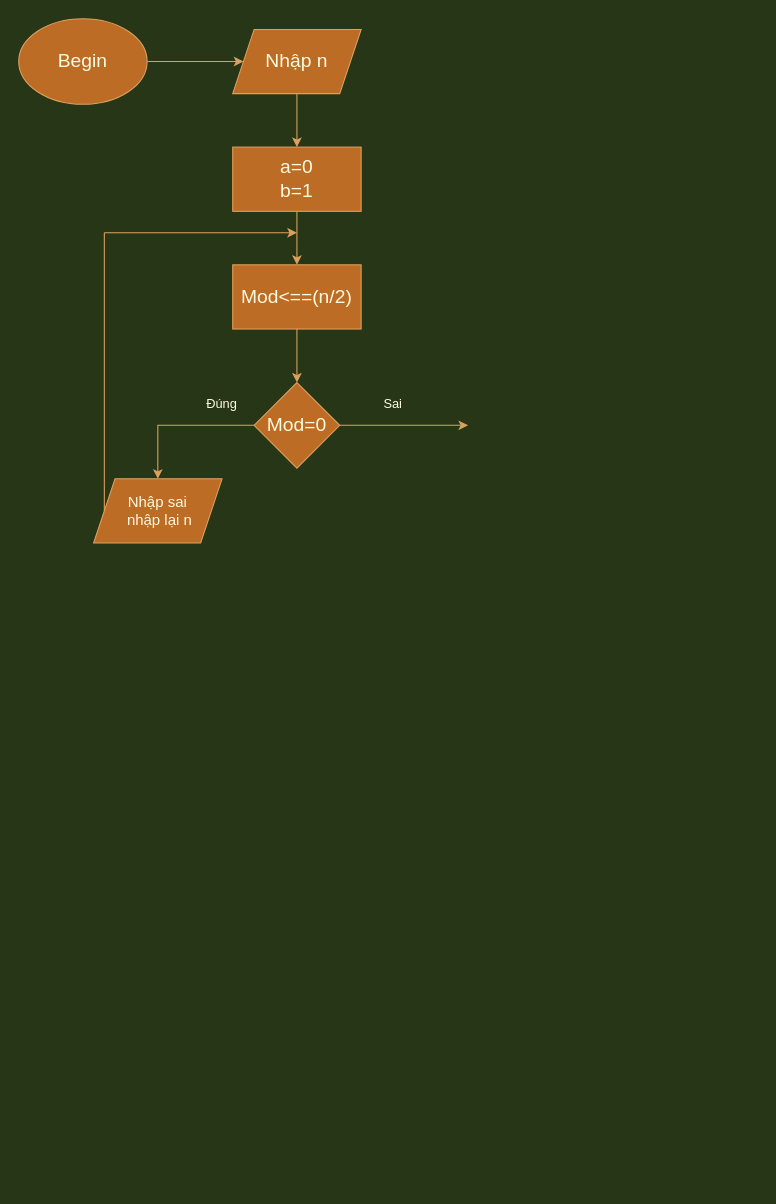
Earlier version of the draw.io diagram Cộng và nhân các số lẻ.drawio (thongleqwer/flowchart). Source tidied: cells renumbered, new cells numbered last; positions are measured from the earlier drawing's top-left corner, leaving out a move shared by most shapes. Both pictures are drawn from the tidied source at 107%, with x=0, y=0 at pixel (18, 18).
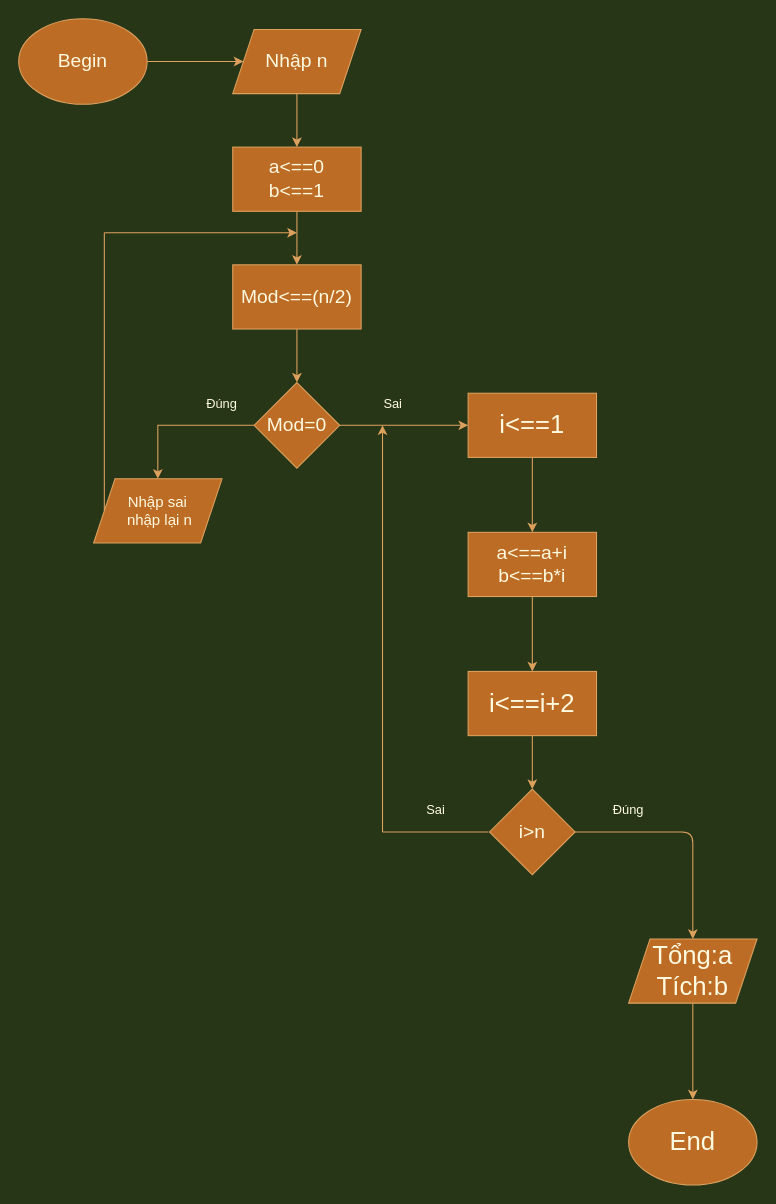
After the change.

What changed in the source:
```diff
@@
-    <mxCell id="10" value="&lt;font style=&quot;font-size: 18px&quot;&gt;a=0&lt;br&gt;b=1&lt;/font&gt;" style="rounded=0;whiteSpace=wrap;html=1;fillColor=#BC6C25;strokeColor=#DDA15E;fontColor=#FEFAE0;" parent="1" vertex="1">
+    <mxCell id="10" value="&lt;font style=&quot;font-size: 18px&quot;&gt;a&amp;lt;==0&lt;br&gt;b&amp;lt;==1&lt;/font&gt;" style="rounded=0;whiteSpace=wrap;html=1;fillColor=#BC6C25;strokeColor=#DDA15E;fontColor=#FEFAE0;" parent="1" vertex="1">
       <mxGeometry x="200" y="120" width="120" height="60" as="geometry" />
     </mxCell>
@@
+    <mxCell id="18" style="edgeStyle=orthogonalEdgeStyle;curved=0;rounded=1;sketch=0;jettySize=auto;html=1;exitX=0.5;exitY=1;exitDx=0;exitDy=0;entryX=0.5;entryY=0;entryDx=0;entryDy=0;strokeColor=#DDA15E;fillColor=#BC6C25;fontColor=#FEFAE0;" parent="1" edge="1" source="19" target="21">
+      <mxGeometry relative="1" as="geometry" />
+    </mxCell>
+    <mxCell id="19" value="&lt;font style=&quot;font-size: 24px&quot;&gt;i&amp;lt;==1&lt;/font&gt;" style="rounded=0;whiteSpace=wrap;html=1;sketch=0;strokeColor=#DDA15E;fillColor=#BC6C25;fontColor=#FEFAE0;" parent="1" vertex="1">
+      <mxGeometry x="420" y="350" width="120" height="60" as="geometry" />
+    </mxCell>
+    <mxCell id="20" style="edgeStyle=orthogonalEdgeStyle;curved=0;rounded=1;sketch=0;jettySize=auto;html=1;exitX=0.5;exitY=1;exitDx=0;exitDy=0;entryX=0.5;entryY=0;entryDx=0;entryDy=0;strokeColor=#DDA15E;fillColor=#BC6C25;fontColor=#FEFAE0;" parent="1" edge="1" source="21" target="23">
+      <mxGeometry relative="1" as="geometry" />
+    </mxCell>
+    <mxCell id="21" value="&lt;font style=&quot;font-size: 18px&quot;&gt;a&amp;lt;==a+i&lt;br&gt;b&amp;lt;==b*i&lt;/font&gt;" style="rounded=0;whiteSpace=wrap;html=1;sketch=0;strokeColor=#DDA15E;fillColor=#BC6C25;fontColor=#FEFAE0;" parent="1" vertex="1">
+      <mxGeometry x="420" y="480" width="120" height="60" as="geometry" />
+    </mxCell>
+    <mxCell id="22" style="edgeStyle=orthogonalEdgeStyle;curved=0;rounded=1;sketch=0;jettySize=auto;html=1;exitX=0.5;exitY=1;exitDx=0;exitDy=0;entryX=0.5;entryY=0;entryDx=0;entryDy=0;strokeColor=#DDA15E;fillColor=#BC6C25;fontColor=#FEFAE0;" parent="1" edge="1" source="23" target="25">
+      <mxGeometry relative="1" as="geometry" />
+    </mxCell>
+    <mxCell id="23" value="&lt;font style=&quot;font-size: 24px&quot;&gt;i&amp;lt;==i+2&lt;/font&gt;" style="rounded=0;whiteSpace=wrap;html=1;sketch=0;strokeColor=#DDA15E;fillColor=#BC6C25;fontColor=#FEFAE0;" parent="1" vertex="1">
+      <mxGeometry x="420" y="610" width="120" height="60" as="geometry" />
+    </mxCell>
+    <mxCell id="24" style="edgeStyle=orthogonalEdgeStyle;curved=0;rounded=1;sketch=0;jettySize=auto;html=1;exitX=1;exitY=0.5;exitDx=0;exitDy=0;entryX=0.5;entryY=0;entryDx=0;entryDy=0;strokeColor=#DDA15E;fillColor=#BC6C25;fontColor=#FEFAE0;" parent="1" edge="1" source="25" target="30">
+      <mxGeometry relative="1" as="geometry" />
+    </mxCell>
+    <mxCell id="25" value="&lt;font style=&quot;font-size: 18px&quot;&gt;i&amp;gt;n&lt;/font&gt;" style="rhombus;whiteSpace=wrap;html=1;rounded=0;sketch=0;strokeColor=#DDA15E;fillColor=#BC6C25;fontColor=#FEFAE0;" parent="1" vertex="1">
+      <mxGeometry x="440" y="720" width="80" height="80" as="geometry" />
+    </mxCell>
+    <mxCell id="26" style="endArrow=none;html=1;strokeColor=#DDA15E;fillColor=#BC6C25;fontColor=#FEFAE0;" parent="1" edge="1">
+      <mxGeometry relative="1" as="geometry">
+        <mxPoint x="340" y="760" as="sourcePoint" />
+        <mxPoint x="439" y="760" as="targetPoint" />
+      </mxGeometry>
+    </mxCell>
+    <mxCell id="27" value="Sai" style="text;html=1;strokeColor=none;fillColor=none;align=center;verticalAlign=middle;whiteSpace=wrap;rounded=0;sketch=0;fontColor=#FEFAE0;" parent="1" vertex="1">
+      <mxGeometry x="370" y="730" width="40" height="20" as="geometry" />
+    </mxCell>
+    <mxCell id="28" style="endArrow=classic;html=1;strokeColor=#DDA15E;fillColor=#BC6C25;fontColor=#FEFAE0;" parent="1" edge="1">
+      <mxGeometry relative="1" as="geometry">
+        <mxPoint x="340" y="760" as="sourcePoint" />
+        <mxPoint x="340" y="380" as="targetPoint" />
+      </mxGeometry>
+    </mxCell>
+    <mxCell id="29" style="edgeStyle=orthogonalEdgeStyle;curved=0;rounded=1;sketch=0;jettySize=auto;html=1;exitX=0.5;exitY=1;exitDx=0;exitDy=0;entryX=0.5;entryY=0;entryDx=0;entryDy=0;strokeColor=#DDA15E;fillColor=#BC6C25;fontColor=#FEFAE0;" parent="1" edge="1" source="30" target="32">
+      <mxGeometry relative="1" as="geometry" />
+    </mxCell>
+    <mxCell id="30" value="&lt;font style=&quot;font-size: 24px&quot;&gt;Tổng:a&lt;br&gt;Tích:b&lt;/font&gt;" style="shape=parallelogram;perimeter=parallelogramPerimeter;whiteSpace=wrap;html=1;fixedSize=1;rounded=0;sketch=0;strokeColor=#DDA15E;fillColor=#BC6C25;fontColor=#FEFAE0;" parent="1" vertex="1">
+      <mxGeometry x="570" y="860" width="120" height="60" as="geometry" />
+    </mxCell>
+    <mxCell id="31" value="Đúng" style="text;html=1;strokeColor=none;fillColor=none;align=center;verticalAlign=middle;whiteSpace=wrap;rounded=0;sketch=0;fontColor=#FEFAE0;" parent="1" vertex="1">
+      <mxGeometry x="550" y="730" width="40" height="20" as="geometry" />
+    </mxCell>
+    <mxCell id="32" value="&lt;font style=&quot;font-size: 24px&quot;&gt;End&lt;/font&gt;" style="ellipse;whiteSpace=wrap;html=1;rounded=0;sketch=0;strokeColor=#DDA15E;fillColor=#BC6C25;fontColor=#FEFAE0;" parent="1" vertex="1">
+      <mxGeometry x="570" y="1010" width="120" height="80" as="geometry" />
+    </mxCell>
```
